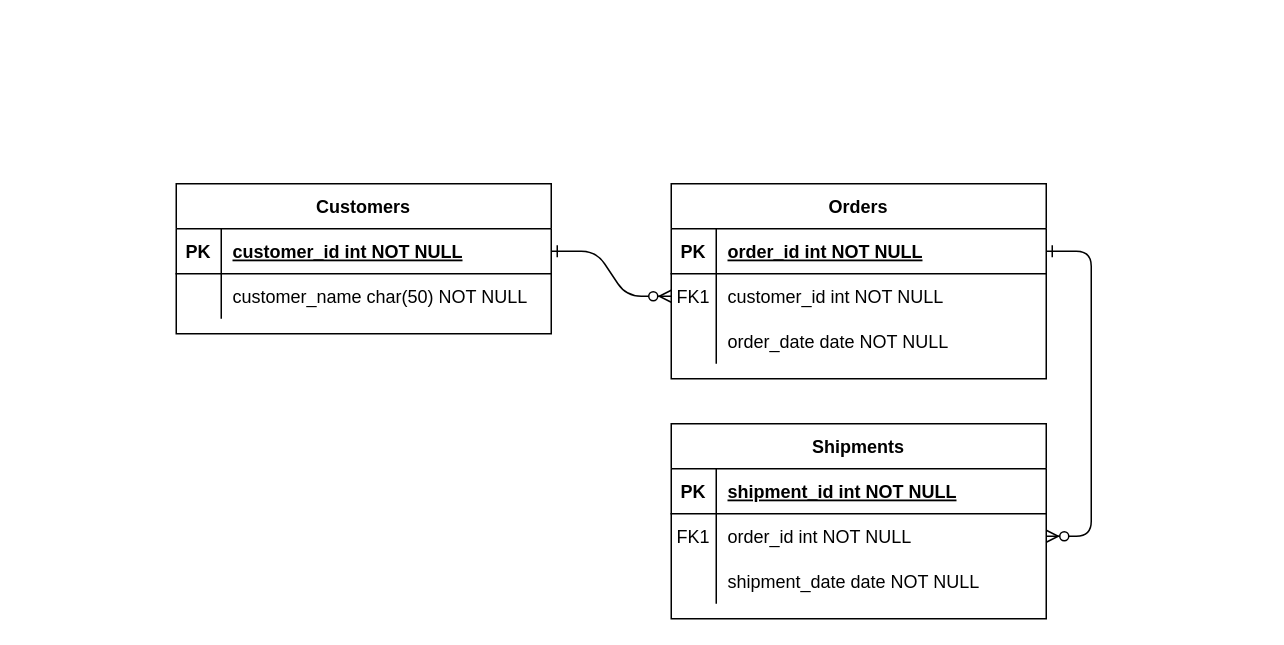
Kccarr6022/Entity-Relation-Diagrams keeps this draw.io diagram as Untitled Diagram.drawio. Above is the earlier version. Source tidied: cells renumbered, new cells numbered last; positions are measured from the earlier drawing's top-left corner, leaving out a move shared by most shapes. Both pictures are drawn from the tidied source at 150%, with x=0, y=0 at pixel (176, 183).
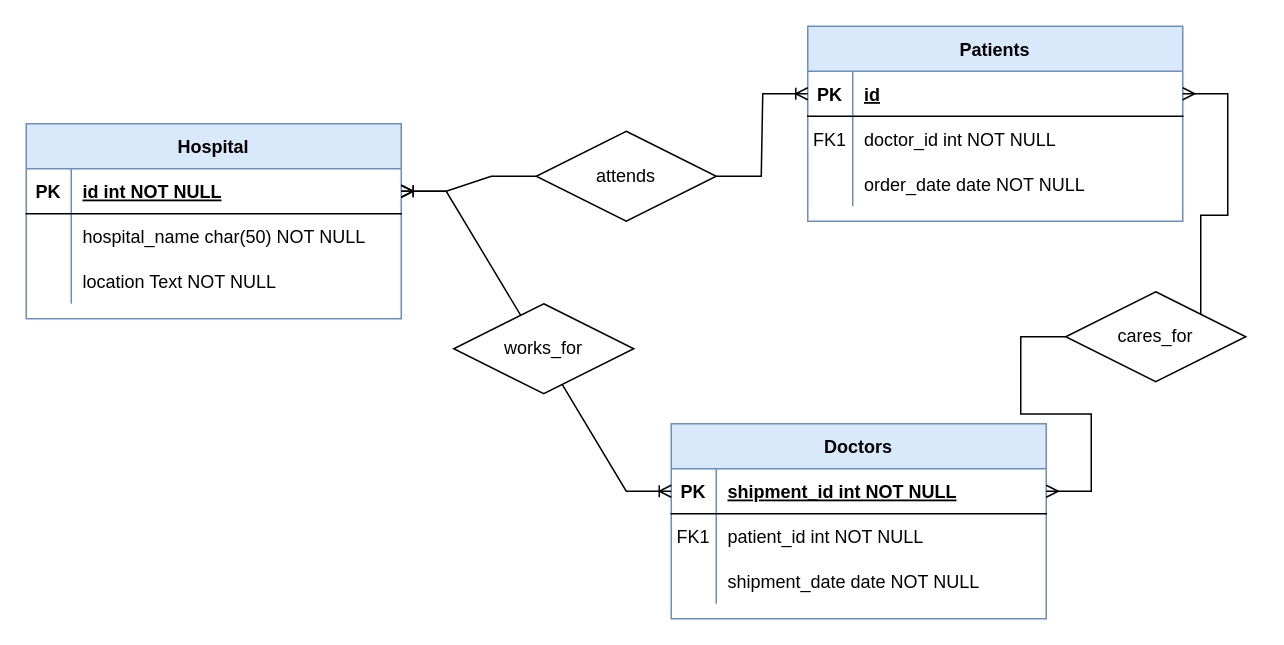
After the change.

The change refers to these unchanged cells:
```xml
<mxCell id="5" style="shape=partialRectangle;fillColor=none;points=[[0,0.5],[1,0.5]];portConstraint=eastwest;top=0;left=0;right=0;bottom=1;" parent="4" vertex="1">
  <mxGeometry y="30" width="250" height="30" as="geometry" />
</mxCell>
<mxCell id="8" style="shape=partialRectangle;fillColor=none;points=[[0,0.5],[1,0.5]];portConstraint=eastwest;top=0;left=0;right=0;bottom=0;" parent="4" vertex="1">
  <mxGeometry y="60" width="250" height="30" as="geometry" />
</mxCell>
<mxCell id="15" style="shape=partialRectangle;fillColor=none;points=[[0,0.5],[1,0.5]];portConstraint=eastwest;top=0;left=0;right=0;bottom=1;" parent="14" vertex="1">
  <mxGeometry y="30" width="250" height="30" as="geometry" />
</mxCell>
<mxCell id="18" style="shape=partialRectangle;fillColor=none;points=[[0,0.5],[1,0.5]];portConstraint=eastwest;top=0;left=0;right=0;bottom=0;" parent="14" vertex="1">
  <mxGeometry y="60" width="250" height="30" as="geometry" />
</mxCell>
<mxCell id="25" style="shape=partialRectangle;fillColor=none;points=[[0,0.5],[1,0.5]];portConstraint=eastwest;top=0;left=0;right=0;bottom=1;" parent="24" vertex="1">
  <mxGeometry y="30" width="250" height="30" as="geometry" />
</mxCell>
<mxCell id="28" style="shape=partialRectangle;fillColor=none;top=0;left=0;right=0;bottom=0;" parent="24" vertex="1">
  <mxGeometry y="60" width="250" height="30" as="geometry" />
</mxCell>
```

What changed in the source:
```diff
@@
-    <mxCell id="2" style="edgeStyle=entityRelationEdgeStyle;endArrow=ERzeroToMany;startArrow=ERone;endFill=1;startFill=0;" parent="1" edge="1" source="25" target="8">
-      <mxGeometry relative="1" as="geometry" />
-    </mxCell>
-    <mxCell id="3" style="edgeStyle=entityRelationEdgeStyle;endArrow=ERzeroToMany;startArrow=ERone;endFill=1;startFill=0;" parent="1" edge="1" source="5" target="18">
-      <mxGeometry relative="1" as="geometry" />
-    </mxCell>
-    <mxCell id="4" value="Orders" style="shape=table;startSize=30;childLayout=tableLayout;rowLines=0;fontStyle=1;align=center;" parent="1" vertex="1">
-      <mxGeometry x="330" width="250" height="130" as="geometry" />
+    <mxCell id="4" value="Patients" style="shape=table;startSize=30;childLayout=tableLayout;rowLines=0;fontStyle=1;align=center;fillColor=#dae8fc;strokeColor=#6c8ebf;" parent="1" vertex="1">
+      <mxGeometry x="421" y="-105" width="250" height="130" as="geometry" />
     </mxCell>
@@
-    <mxCell id="7" value="order_id int NOT NULL " style="shape=partialRectangle;overflow=hidden;fillColor=none;top=0;left=0;bottom=0;right=0;align=left;spacingLeft=6;fontStyle=5;" parent="5" vertex="1">
+    <mxCell id="7" value="id" style="shape=partialRectangle;overflow=hidden;fillColor=none;top=0;left=0;bottom=0;right=0;align=left;spacingLeft=6;fontStyle=5;" parent="5" vertex="1">
       <mxGeometry x="30" width="220" height="30" as="geometry" />
     </mxCell>
@@
-    <mxCell id="10" value="customer_id int NOT NULL" style="shape=partialRectangle;overflow=hidden;fillColor=none;top=0;left=0;bottom=0;right=0;align=left;spacingLeft=6;" parent="8" vertex="1">
+    <mxCell id="10" value="doctor_id int NOT NULL" style="shape=partialRectangle;overflow=hidden;fillColor=none;top=0;left=0;bottom=0;right=0;align=left;spacingLeft=6;" parent="8" vertex="1">
       <mxGeometry x="30" width="220" height="30" as="geometry" />
     </mxCell>
@@
-    <mxCell id="14" value="Shipments" style="shape=table;startSize=30;childLayout=tableLayout;rowLines=0;fontStyle=1;align=center;" parent="1" vertex="1">
+    <mxCell id="14" value="Doctors" style="shape=table;startSize=30;childLayout=tableLayout;rowLines=0;fontStyle=1;align=center;fillColor=#dae8fc;strokeColor=#6c8ebf;" parent="1" vertex="1">
       <mxGeometry x="330" y="160" width="250" height="130" as="geometry" />
     </mxCell>
@@
-    <mxCell id="20" value="order_id int NOT NULL" style="shape=partialRectangle;overflow=hidden;fillColor=none;top=0;left=0;bottom=0;right=0;align=left;spacingLeft=6;" parent="18" vertex="1">
+    <mxCell id="20" value="patient_id int NOT NULL" style="shape=partialRectangle;overflow=hidden;fillColor=none;top=0;left=0;bottom=0;right=0;align=left;spacingLeft=6;" parent="18" vertex="1">
       <mxGeometry x="30" width="220" height="30" as="geometry" />
     </mxCell>
@@
-    <mxCell id="24" value="Customers" style="shape=table;startSize=30;childLayout=tableLayout;rowLines=0;fontStyle=1;align=center;" parent="1" vertex="1">
-      <mxGeometry width="250" height="100" as="geometry" />
+    <mxCell id="24" value="Hospital" style="shape=table;startSize=30;childLayout=tableLayout;rowLines=0;fontStyle=1;align=center;fillColor=#dae8fc;strokeColor=#6c8ebf;" parent="1" vertex="1">
+      <mxGeometry x="-100" y="-40" width="250" height="130" as="geometry" />
     </mxCell>
@@
-    <mxCell id="27" value="customer_id int NOT NULL " style="shape=partialRectangle;overflow=hidden;fillColor=none;top=0;left=0;bottom=0;right=0;align=left;spacingLeft=6;fontStyle=5;" parent="25" vertex="1">
+    <mxCell id="27" value="id int NOT NULL " style="shape=partialRectangle;overflow=hidden;fillColor=none;top=0;left=0;bottom=0;right=0;align=left;spacingLeft=6;fontStyle=5;" parent="25" vertex="1">
       <mxGeometry x="30" width="220" height="30" as="geometry" />
     </mxCell>
@@
-    <mxCell id="30" value="customer_name char(50) NOT NULL" style="shape=partialRectangle;overflow=hidden;fillColor=none;top=0;left=0;bottom=0;right=0;align=left;spacingLeft=6;" parent="28" vertex="1">
+    <mxCell id="30" value="hospital_name char(50) NOT NULL" style="shape=partialRectangle;overflow=hidden;fillColor=none;top=0;left=0;bottom=0;right=0;align=left;spacingLeft=6;" parent="28" vertex="1">
       <mxGeometry x="30" width="220" height="30" as="geometry" />
     </mxCell>
+    <mxCell id="31" style="shape=tableRow;horizontal=0;startSize=0;swimlaneHead=0;swimlaneBody=0;fillColor=none;top=0;left=0;right=0;bottom=0;" parent="24" vertex="1">
+      <mxGeometry y="90" width="250" height="30" as="geometry" />
+    </mxCell>
+    <mxCell id="32" style="shape=partialRectangle;fillColor=none;top=0;left=0;bottom=0;right=0;overflow=hidden;" parent="31" vertex="1">
+      <mxGeometry width="30" height="30" as="geometry" />
+    </mxCell>
+    <mxCell id="33" value="location Text NOT NULL" style="shape=partialRectangle;fillColor=none;top=0;left=0;bottom=0;right=0;align=left;spacingLeft=6;overflow=hidden;" parent="31" vertex="1">
+      <mxGeometry x="30" width="220" height="30" as="geometry" />
+    </mxCell>
+    <mxCell id="34" style="edgeStyle=entityRelationEdgeStyle;fontSize=12;html=1;endArrow=ERmany;startArrow=none;rounded=0;exitX=1;exitY=0.5;exitDx=0;exitDy=0;" parent="1" edge="1" source="41" target="5">
+      <mxGeometry relative="1" as="geometry" />
+    </mxCell>
+    <mxCell id="35" style="edgeStyle=entityRelationEdgeStyle;fontSize=12;html=1;endArrow=ERoneToMany;startArrow=ERoneToMany;rounded=0;entryX=0;entryY=0.5;entryDx=0;entryDy=0;exitX=1;exitY=0.5;exitDx=0;exitDy=0;" parent="1" edge="1" source="25" target="15">
+      <mxGeometry relative="1" as="geometry" />
+    </mxCell>
+    <mxCell id="36" style="edgeStyle=entityRelationEdgeStyle;fontSize=12;html=1;endArrow=ERoneToMany;startArrow=none;rounded=0;entryX=0;entryY=0.5;entryDx=0;entryDy=0;" parent="1" edge="1" source="39" target="5">
+      <mxGeometry relative="1" as="geometry" />
+    </mxCell>
+    <mxCell id="37" value="works_for" style="shape=rhombus;perimeter=rhombusPerimeter;whiteSpace=wrap;html=1;align=center;" parent="1" vertex="1">
+      <mxGeometry x="185" y="80" width="120" height="60" as="geometry" />
+    </mxCell>
+    <mxCell id="38" style="edgeStyle=entityRelationEdgeStyle;fontSize=12;html=1;endArrow=none;startArrow=ERoneToMany;rounded=0;entryX=0;entryY=0.5;entryDx=0;entryDy=0;" parent="1" edge="1" source="25" target="39">
+      <mxGeometry relative="1" as="geometry" />
+    </mxCell>
+    <mxCell id="39" value="attends" style="shape=rhombus;perimeter=rhombusPerimeter;whiteSpace=wrap;html=1;align=center;" parent="1" vertex="1">
+      <mxGeometry x="240" y="-35" width="120" height="60" as="geometry" />
+    </mxCell>
+    <mxCell id="40" style="edgeStyle=entityRelationEdgeStyle;fontSize=12;html=1;endArrow=none;startArrow=ERmany;rounded=0;exitX=1;exitY=0.5;exitDx=0;exitDy=0;" parent="1" edge="1" source="15" target="41">
+      <mxGeometry relative="1" as="geometry" />
+    </mxCell>
+    <mxCell id="41" value="cares_for" style="shape=rhombus;perimeter=rhombusPerimeter;whiteSpace=wrap;html=1;align=center;" parent="1" vertex="1">
+      <mxGeometry x="593" y="72" width="120" height="60" as="geometry" />
+    </mxCell>
```
